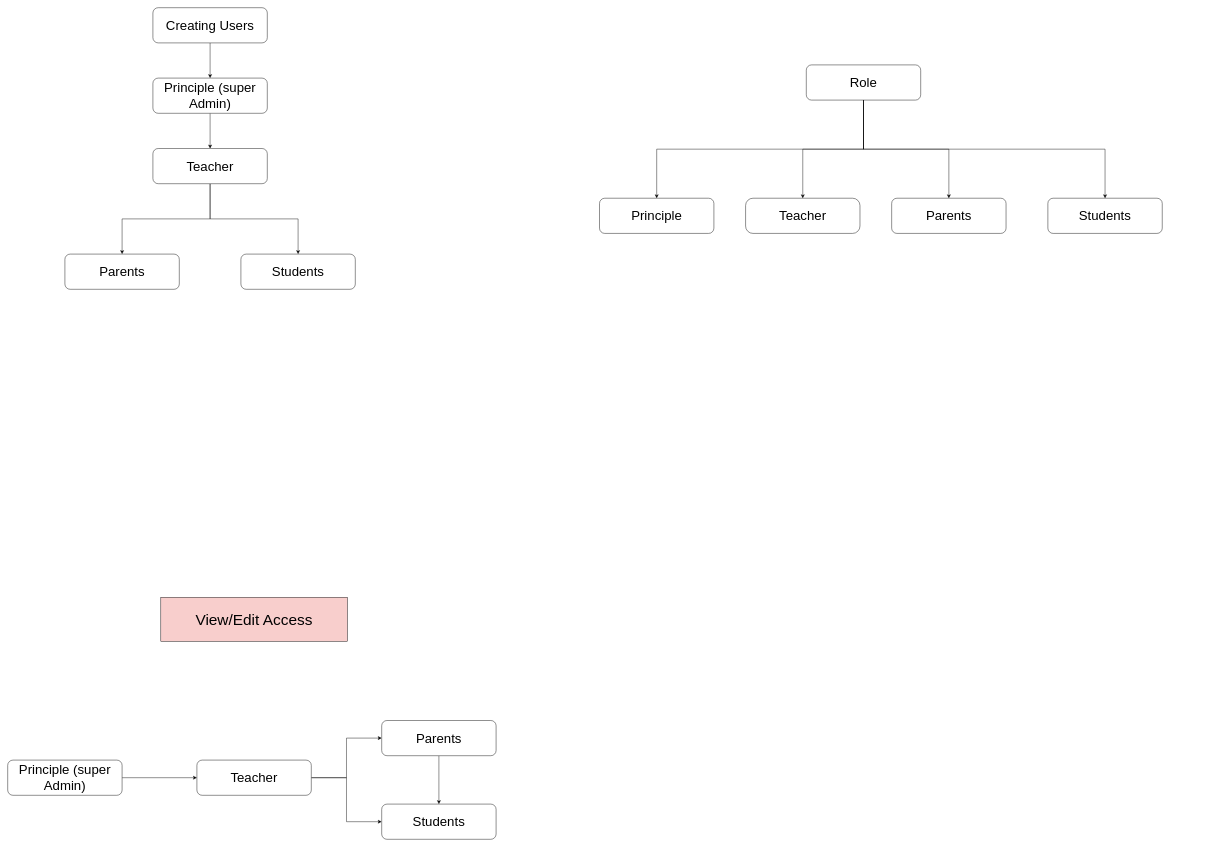
28saurbh/website-template keeps this draw.io diagram as Untitled Diagram.drawio. Above is the earlier version. Source tidied: cells renumbered, new cells numbered last; positions are measured from the earlier drawing's top-left corner, leaving out a move shared by most shapes. Both pictures are drawn from the tidied source at 44%, with x=0, y=0 at pixel (7, 7).
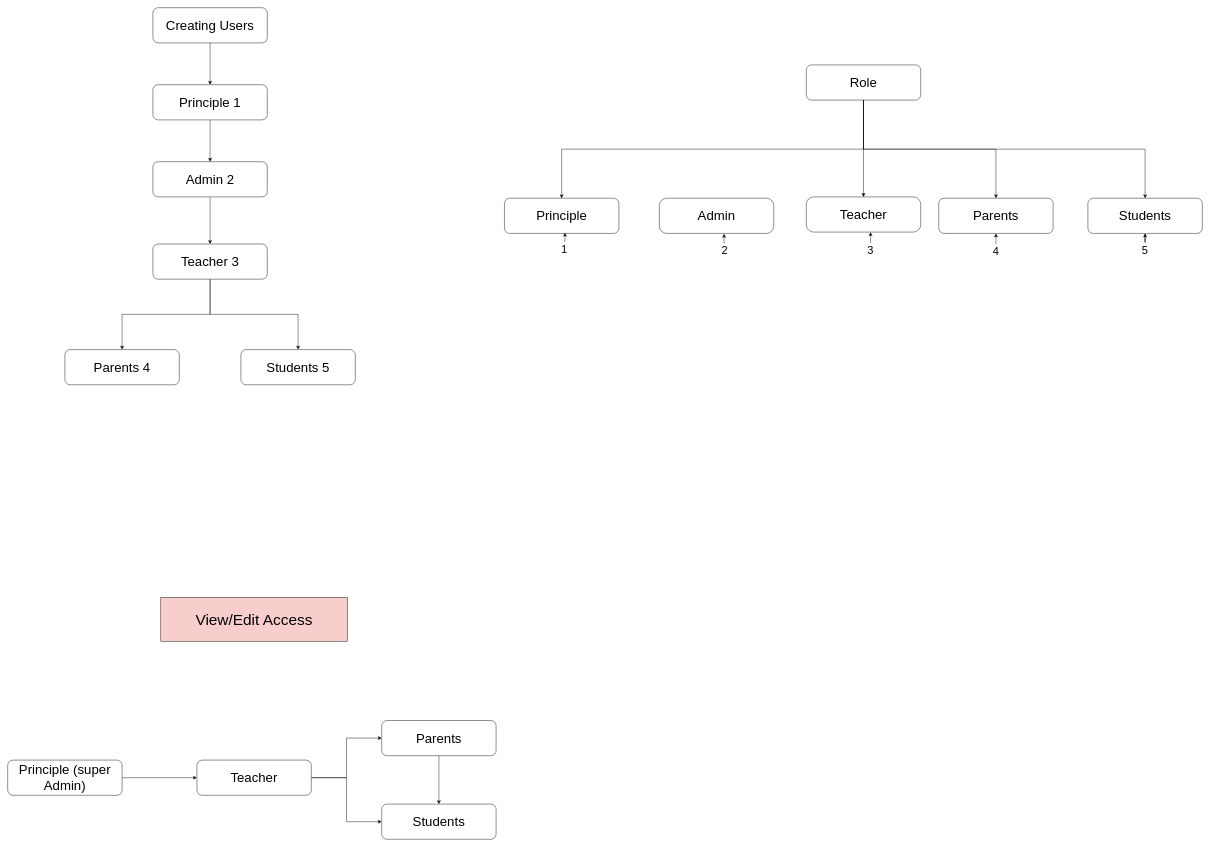
Above is the later version.

Unchanged cells that the change refers to:
```xml
<mxCell id="12" value="&lt;span style=&quot;font-size: 30px;&quot;&gt;Creating Users&lt;/span&gt;" style="rounded=1;whiteSpace=wrap;html=1;" parent="1" vertex="1">
  <mxGeometry x="330" width="260" height="80" as="geometry" />
</mxCell>
```

The edit, as a diff of the source:
```diff
@@
     <mxCell id="7" value="&lt;span style=&quot;font-size: 30px;&quot;&gt;Principle&lt;/span&gt;" style="rounded=1;whiteSpace=wrap;html=1;" parent="1" vertex="1">
-      <mxGeometry x="1345" y="433" width="260" height="80" as="geometry" />
+      <mxGeometry x="1129" y="433" width="260" height="80" as="geometry" />
     </mxCell>
     <mxCell id="8" value="&lt;span style=&quot;font-size: 30px;&quot;&gt;Teacher&lt;/span&gt;" style="rounded=1;whiteSpace=wrap;html=1;arcSize=21;" parent="1" vertex="1">
-      <mxGeometry x="1677" y="433" width="260" height="80" as="geometry" />
+      <mxGeometry x="1815" y="430" width="260" height="80" as="geometry" />
     </mxCell>
     <mxCell id="9" value="&lt;span style=&quot;font-size: 30px;&quot;&gt;Parents&lt;/span&gt;" style="rounded=1;whiteSpace=wrap;html=1;" parent="1" vertex="1">
-      <mxGeometry x="2009" y="433" width="260" height="80" as="geometry" />
+      <mxGeometry x="2116" y="433" width="260" height="80" as="geometry" />
     </mxCell>
     <mxCell id="10" value="&lt;span style=&quot;font-size: 30px;&quot;&gt;Students&lt;/span&gt;" style="rounded=1;whiteSpace=wrap;html=1;" parent="1" vertex="1">
-      <mxGeometry x="2364" y="433" width="260" height="80" as="geometry" />
+      <mxGeometry x="2455" y="433" width="260" height="80" as="geometry" />
     </mxCell>
-    <mxCell id="11" style="edgeStyle=orthogonalEdgeStyle;rounded=0;jettySize=auto;html=1;exitX=0.5;exitY=1;exitDx=0;exitDy=0;" parent="1" edge="1" source="12" target="14">
-      <mxGeometry relative="1" as="geometry" />
-    </mxCell>
+    <mxCell id="29" style="edgeStyle=orthogonalEdgeStyle;rounded=0;jettySize=auto;html=1;exitX=0.5;exitY=1;exitDx=0;exitDy=0;" parent="1" edge="1" source="12" target="31">
+      <mxGeometry relative="1" as="geometry" />
+    </mxCell>
@@
-    <mxCell id="14" value="&lt;span style=&quot;font-size: 30px;&quot;&gt;Principle (super Admin)&lt;/span&gt;" style="rounded=1;whiteSpace=wrap;html=1;" parent="1" vertex="1">
-      <mxGeometry x="330" y="160" width="260" height="80" as="geometry" />
+    <mxCell id="14" value="&lt;span style=&quot;font-size: 30px;&quot;&gt;Admin 2&lt;/span&gt;" style="rounded=1;whiteSpace=wrap;html=1;" parent="1" vertex="1">
+      <mxGeometry x="330" y="350" width="260" height="80" as="geometry" />
     </mxCell>
@@
-    <mxCell id="17" value="&lt;span style=&quot;font-size: 30px;&quot;&gt;Teacher&lt;/span&gt;" style="rounded=1;whiteSpace=wrap;html=1;" parent="1" vertex="1">
-      <mxGeometry x="330" y="320" width="260" height="80" as="geometry" />
+    <mxCell id="17" value="&lt;span style=&quot;font-size: 30px;&quot;&gt;Teacher 3&lt;/span&gt;" style="rounded=1;whiteSpace=wrap;html=1;" parent="1" vertex="1">
+      <mxGeometry x="330" y="537" width="260" height="80" as="geometry" />
     </mxCell>
-    <mxCell id="18" value="&lt;span style=&quot;font-size: 30px;&quot;&gt;Parents&lt;/span&gt;" style="rounded=1;whiteSpace=wrap;html=1;" parent="1" vertex="1">
-      <mxGeometry x="130" y="560" width="260" height="80" as="geometry" />
+    <mxCell id="18" value="&lt;span style=&quot;font-size: 30px;&quot;&gt;Parents 4&lt;/span&gt;" style="rounded=1;whiteSpace=wrap;html=1;" parent="1" vertex="1">
+      <mxGeometry x="130" y="777" width="260" height="80" as="geometry" />
     </mxCell>
-    <mxCell id="19" value="&lt;span style=&quot;font-size: 30px;&quot;&gt;Students&lt;/span&gt;" style="rounded=1;whiteSpace=wrap;html=1;" parent="1" vertex="1">
-      <mxGeometry x="530" y="560" width="260" height="80" as="geometry" />
+    <mxCell id="19" value="&lt;span style=&quot;font-size: 30px;&quot;&gt;Students 5&lt;/span&gt;" style="rounded=1;whiteSpace=wrap;html=1;" parent="1" vertex="1">
+      <mxGeometry x="530" y="777" width="260" height="80" as="geometry" />
     </mxCell>
@@
+    <mxCell id="30" style="edgeStyle=orthogonalEdgeStyle;rounded=0;jettySize=auto;html=1;" parent="1" edge="1" source="31" target="14">
+      <mxGeometry relative="1" as="geometry" />
+    </mxCell>
+    <mxCell id="31" value="&lt;span style=&quot;font-size: 30px;&quot;&gt;Principle 1&lt;/span&gt;" style="rounded=1;whiteSpace=wrap;html=1;" parent="1" vertex="1">
+      <mxGeometry x="330" y="175" width="260" height="80" as="geometry" />
+    </mxCell>
+    <mxCell id="32" value="&lt;font style=&quot;font-size: 24px;&quot;&gt;1&lt;/font&gt;" style="text;html=1;align=center;verticalAlign=middle;whiteSpace=wrap;rounded=0;" parent="1" vertex="1">
+      <mxGeometry x="1219" y="531" width="92" height="37" as="geometry" />
+    </mxCell>
+    <mxCell id="33" value="&lt;font style=&quot;font-size: 25px;&quot;&gt;2&lt;/font&gt;" style="text;html=1;align=center;verticalAlign=middle;whiteSpace=wrap;rounded=0;" parent="1" vertex="1">
+      <mxGeometry x="1600" y="534.5" width="60" height="30" as="geometry" />
+    </mxCell>
+    <mxCell id="34" style="edgeStyle=orthogonalEdgeStyle;rounded=0;jettySize=auto;html=1;exitX=0.5;exitY=0;exitDx=0;exitDy=0;" parent="1" edge="1" source="35" target="10">
+      <mxGeometry relative="1" as="geometry" />
+    </mxCell>
+    <mxCell id="35" value="&lt;span style=&quot;font-size: 25px;&quot;&gt;5&lt;/span&gt;" style="text;html=1;align=center;verticalAlign=middle;whiteSpace=wrap;rounded=0;" parent="1" vertex="1">
+      <mxGeometry x="2555" y="534.5" width="60" height="30" as="geometry" />
+    </mxCell>
+    <mxCell id="36" style="edgeStyle=orthogonalEdgeStyle;rounded=0;jettySize=auto;html=1;exitX=0.5;exitY=0;exitDx=0;exitDy=0;entryX=0.5;entryY=1;entryDx=0;entryDy=0;" parent="1" edge="1" source="37" target="9">
+      <mxGeometry relative="1" as="geometry" />
+    </mxCell>
+    <mxCell id="37" value="&lt;span style=&quot;font-size: 25px;&quot;&gt;4&lt;/span&gt;" style="text;html=1;align=center;verticalAlign=middle;whiteSpace=wrap;rounded=0;" parent="1" vertex="1">
+      <mxGeometry x="2216" y="537" width="60" height="30" as="geometry" />
+    </mxCell>
+    <mxCell id="38" value="&lt;font style=&quot;font-size: 25px;&quot;&gt;3&lt;/font&gt;" style="text;html=1;align=center;verticalAlign=middle;whiteSpace=wrap;rounded=0;" parent="1" vertex="1">
+      <mxGeometry x="1931" y="534.5" width="60" height="30" as="geometry" />
+    </mxCell>
+    <mxCell id="39" value="&lt;span style=&quot;font-size: 30px;&quot;&gt;Admin&lt;/span&gt;" style="rounded=1;whiteSpace=wrap;html=1;arcSize=21;" parent="1" vertex="1">
+      <mxGeometry x="1481" y="433" width="260" height="80" as="geometry" />
+    </mxCell>
+    <mxCell id="40" style="edgeStyle=orthogonalEdgeStyle;rounded=0;jettySize=auto;html=1;exitX=0.5;exitY=0;exitDx=0;exitDy=0;entryX=0.566;entryY=1.011;entryDx=0;entryDy=0;entryPerimeter=0;" parent="1" edge="1" source="33" target="39">
+      <mxGeometry relative="1" as="geometry" />
+    </mxCell>
+    <mxCell id="41" style="edgeStyle=orthogonalEdgeStyle;rounded=0;jettySize=auto;html=1;exitX=0.5;exitY=0;exitDx=0;exitDy=0;entryX=0.529;entryY=0.981;entryDx=0;entryDy=0;entryPerimeter=0;" parent="1" edge="1" source="32" target="7">
+      <mxGeometry relative="1" as="geometry" />
+    </mxCell>
+    <mxCell id="42" style="edgeStyle=orthogonalEdgeStyle;rounded=0;jettySize=auto;html=1;exitX=0.5;exitY=0;exitDx=0;exitDy=0;entryX=0.562;entryY=1.004;entryDx=0;entryDy=0;entryPerimeter=0;" parent="1" edge="1" source="38" target="8">
+      <mxGeometry relative="1" as="geometry" />
+    </mxCell>
```
